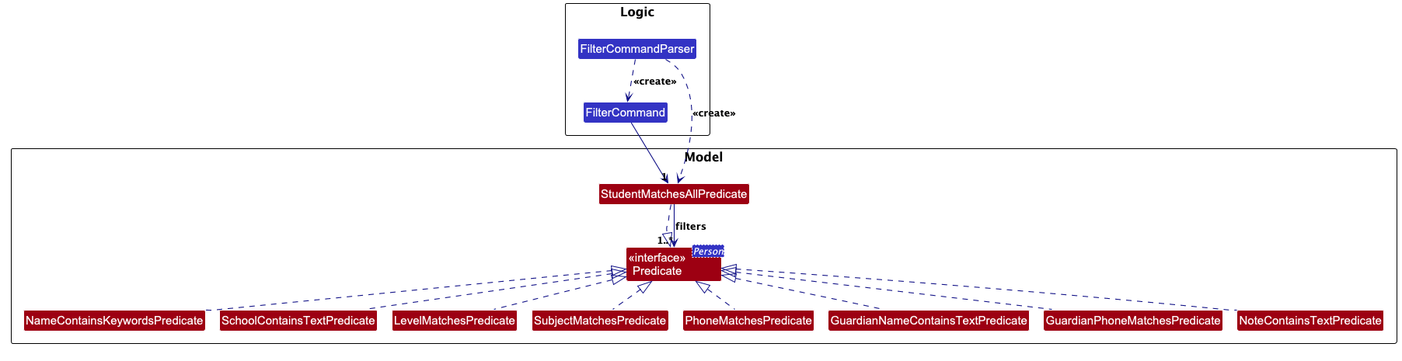
Earlier version of the PlantUML export docs/images/FilterClassDiagram.png (AY2627S1-CS2103T-T09-1/tp).
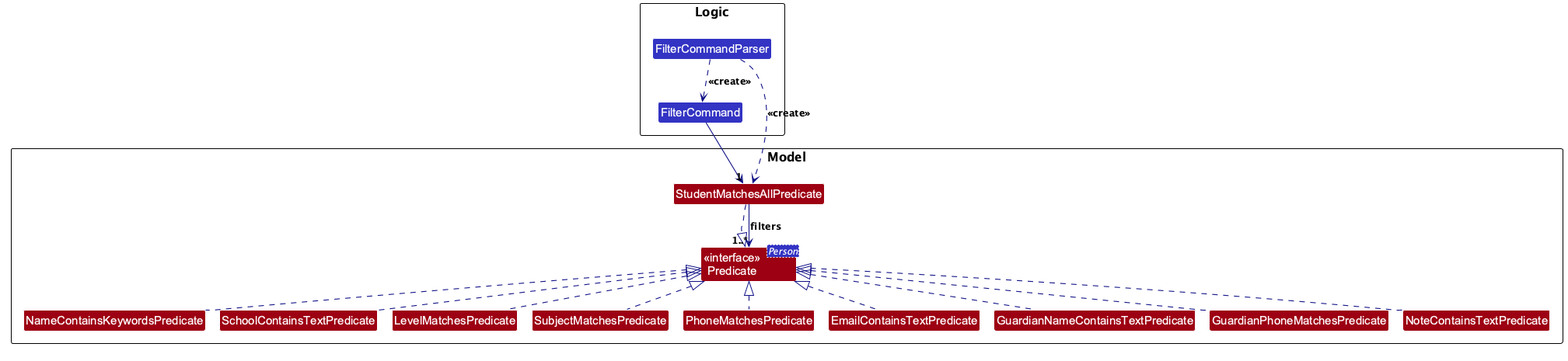
After the commit.

Commit message:
Let filter search emails with e/

Change to the diagram source:
```diff
@@ -1,4 +1,5 @@
 @startuml
+!pragma layout smetana
 !include style.puml
 skinparam arrowThickness 1.1
 skinparam arrowColor LOGIC_COLOR_T4
@@ -17,6 +18,7 @@
 Class LevelMatchesPredicate MODEL_COLOR
 Class SubjectMatchesPredicate MODEL_COLOR
 Class PhoneMatchesPredicate MODEL_COLOR
+Class EmailContainsTextPredicate MODEL_COLOR
 Class GuardianNameContainsTextPredicate MODEL_COLOR
 Class GuardianPhoneMatchesPredicate MODEL_COLOR
 Class NoteContainsTextPredicate MODEL_COLOR
@@ -34,6 +36,7 @@
 LevelMatchesPredicate .up.|> Predicate
 SubjectMatchesPredicate .up.|> Predicate
 PhoneMatchesPredicate .up.|> Predicate
+EmailContainsTextPredicate .up.|> Predicate
 GuardianNameContainsTextPredicate .up.|> Predicate
 GuardianPhoneMatchesPredicate .up.|> Predicate
 NoteContainsTextPredicate .up.|> Predicate
```
